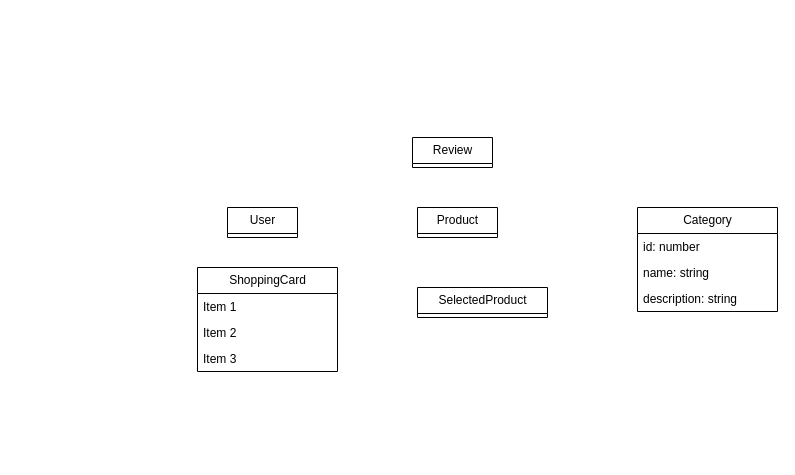
bilelaskri123/nest-app-course keeps this draw.io diagram as class.drawio. Above is the earlier version. Source tidied: cells renumbered, new cells numbered last; positions are measured from the earlier drawing's top-left corner, leaving out a move shared by most shapes. Both pictures are drawn from the tidied source at 100%, with x=0, y=0 at pixel (197, 137).
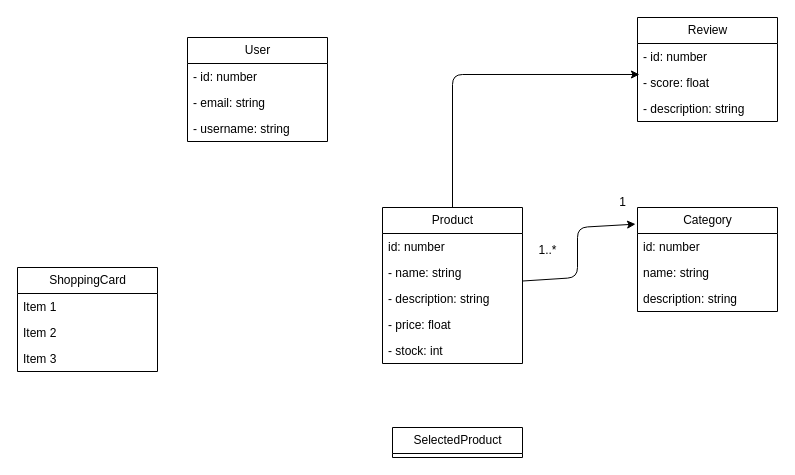
After the change.

The change refers to these unchanged cells:
```xml
<mxCell id="5" value="Category" style="swimlane;fontStyle=0;horizontal=1;startSize=26;fillColor=none;html=1;" parent="1" vertex="1">
  <mxGeometry x="440" y="70" width="140" height="104" as="geometry" />
</mxCell>
```

The edit, as a diff of the source:
```diff
@@
-    <mxCell id="2" value="User" style="swimlane;fontStyle=0;horizontal=1;startSize=26;fillColor=none;html=1;" parent="1" vertex="1" collapsed="1">
-      <mxGeometry x="30" y="70" width="70" height="30" as="geometry" />
+    <mxCell id="2" value="User" style="swimlane;fontStyle=0;horizontal=1;startSize=26;fillColor=none;html=1;" parent="1" vertex="1">
+      <mxGeometry x="-10" y="-100" width="140" height="104" as="geometry" />
     </mxCell>
+    <mxCell id="14" value="- id: number" style="text;strokeColor=none;fillColor=none;align=left;verticalAlign=top;spacingLeft=4;spacingRight=4;overflow=hidden;whiteSpace=wrap;html=1;" parent="2" vertex="1">
+      <mxGeometry y="26" width="140" height="26" as="geometry" />
+    </mxCell>
+    <mxCell id="15" value="- email: string" style="text;strokeColor=none;fillColor=none;align=left;verticalAlign=top;spacingLeft=4;spacingRight=4;overflow=hidden;whiteSpace=wrap;html=1;" parent="2" vertex="1">
+      <mxGeometry y="52" width="140" height="26" as="geometry" />
+    </mxCell>
+    <mxCell id="16" value="- username: string" style="text;strokeColor=none;fillColor=none;align=left;verticalAlign=top;spacingLeft=4;spacingRight=4;overflow=hidden;whiteSpace=wrap;html=1;" parent="2" vertex="1">
+      <mxGeometry y="78" width="140" height="26" as="geometry" />
+    </mxCell>
-    <mxCell id="3" value="Product" style="swimlane;fontStyle=0;horizontal=1;startSize=26;fillColor=none;html=1;" parent="1" vertex="1" collapsed="1">
-      <mxGeometry x="220" y="70" width="80" height="30" as="geometry" />
+    <mxCell id="3" value="Product" style="swimlane;fontStyle=0;horizontal=1;startSize=26;fillColor=none;html=1;" parent="1" vertex="1">
+      <mxGeometry x="185" y="70" width="140" height="156" as="geometry" />
     </mxCell>
+    <mxCell id="17" value="id: number" style="text;strokeColor=none;fillColor=none;align=left;verticalAlign=top;spacingLeft=4;spacingRight=4;overflow=hidden;whiteSpace=wrap;html=1;" parent="3" vertex="1">
+      <mxGeometry y="26" width="140" height="26" as="geometry" />
+    </mxCell>
+    <mxCell id="18" value="- name: string" style="text;strokeColor=none;fillColor=none;align=left;verticalAlign=top;spacingLeft=4;spacingRight=4;overflow=hidden;whiteSpace=wrap;html=1;" parent="3" vertex="1">
+      <mxGeometry y="52" width="140" height="26" as="geometry" />
+    </mxCell>
+    <mxCell id="19" value="- description: string" style="text;strokeColor=none;fillColor=none;align=left;verticalAlign=top;spacingLeft=4;spacingRight=4;overflow=hidden;whiteSpace=wrap;html=1;" parent="3" vertex="1">
+      <mxGeometry y="78" width="140" height="26" as="geometry" />
+    </mxCell>
+    <mxCell id="20" value="- price: float" style="text;strokeColor=none;fillColor=none;align=left;verticalAlign=top;spacingLeft=4;spacingRight=4;overflow=hidden;whiteSpace=wrap;html=1;" parent="3" vertex="1">
+      <mxGeometry y="104" width="140" height="26" as="geometry" />
+    </mxCell>
+    <mxCell id="21" value="- stock: int" style="text;strokeColor=none;fillColor=none;align=left;verticalAlign=top;spacingLeft=4;spacingRight=4;overflow=hidden;whiteSpace=wrap;html=1;" parent="3" vertex="1">
+      <mxGeometry y="130" width="140" height="26" as="geometry" />
+    </mxCell>
-    <mxCell id="4" value="Review" style="swimlane;fontStyle=0;horizontal=1;startSize=26;fillColor=none;html=1;" parent="1" vertex="1" collapsed="1">
-      <mxGeometry x="215" width="80" height="30" as="geometry" />
+    <mxCell id="4" value="Review" style="swimlane;fontStyle=0;horizontal=1;startSize=26;fillColor=none;html=1;" parent="1" vertex="1">
+      <mxGeometry x="440" y="-120" width="140" height="104" as="geometry" />
     </mxCell>
+    <mxCell id="22" value="- id: number" style="text;strokeColor=none;fillColor=none;align=left;verticalAlign=top;spacingLeft=4;spacingRight=4;overflow=hidden;points=[[0,0.5],[1,0.5]];portConstraint=eastwest;whiteSpace=wrap;html=1;" parent="4" vertex="1">
+      <mxGeometry y="26" width="140" height="26" as="geometry" />
+    </mxCell>
+    <mxCell id="23" value="- score: float" style="text;strokeColor=none;fillColor=none;align=left;verticalAlign=top;spacingLeft=4;spacingRight=4;overflow=hidden;whiteSpace=wrap;html=1;" parent="4" vertex="1">
+      <mxGeometry y="52" width="140" height="26" as="geometry" />
+    </mxCell>
+    <mxCell id="24" value="- description: string" style="text;strokeColor=none;fillColor=none;align=left;verticalAlign=top;spacingLeft=4;spacingRight=4;overflow=hidden;whiteSpace=wrap;html=1;" parent="4" vertex="1">
+      <mxGeometry y="78" width="140" height="26" as="geometry" />
+    </mxCell>
@@
     <mxCell id="9" value="SelectedProduct" style="swimlane;fontStyle=0;horizontal=1;startSize=26;fillColor=none;html=1;" parent="1" vertex="1" collapsed="1">
-      <mxGeometry x="220" y="150" width="130" height="30" as="geometry" />
+      <mxGeometry x="195" y="290" width="130" height="30" as="geometry" />
     </mxCell>
     <mxCell id="10" value="ShoppingCard" style="swimlane;fontStyle=0;horizontal=1;startSize=26;fillColor=none;html=1;" parent="1" vertex="1">
-      <mxGeometry y="130" width="140" height="104" as="geometry" />
+      <mxGeometry x="-180" y="130" width="140" height="104" as="geometry" />
     </mxCell>
@@
+    <mxCell id="25" style="edgeStyle=none;html=1;entryX=-0.014;entryY=0.16;entryDx=0;entryDy=0;entryPerimeter=0;" parent="1" edge="1" source="3" target="5">
+      <mxGeometry relative="1" as="geometry">
+        <Array as="points">
+          <mxPoint x="380" y="140" />
+          <mxPoint x="380" y="90" />
+        </Array>
+      </mxGeometry>
+    </mxCell>
+    <mxCell id="26" value="1" style="text;html=1;align=center;verticalAlign=middle;strokeColor=none;fillColor=none;" parent="1" vertex="1">
+      <mxGeometry x="410" y="50" width="30" height="30" as="geometry" />
+    </mxCell>
+    <mxCell id="27" value="1..*" style="text;html=1;align=center;verticalAlign=middle;strokeColor=none;fillColor=none;" parent="1" vertex="1">
+      <mxGeometry x="330" y="98" width="40" height="30" as="geometry" />
+    </mxCell>
+    <mxCell id="28" style="edgeStyle=none;html=1;entryX=0.014;entryY=1.192;entryDx=0;entryDy=0;entryPerimeter=0;" parent="1" edge="1" source="3" target="22">
+      <mxGeometry relative="1" as="geometry">
+        <Array as="points">
+          <mxPoint x="255" y="-63" />
+        </Array>
+      </mxGeometry>
+    </mxCell>
```
